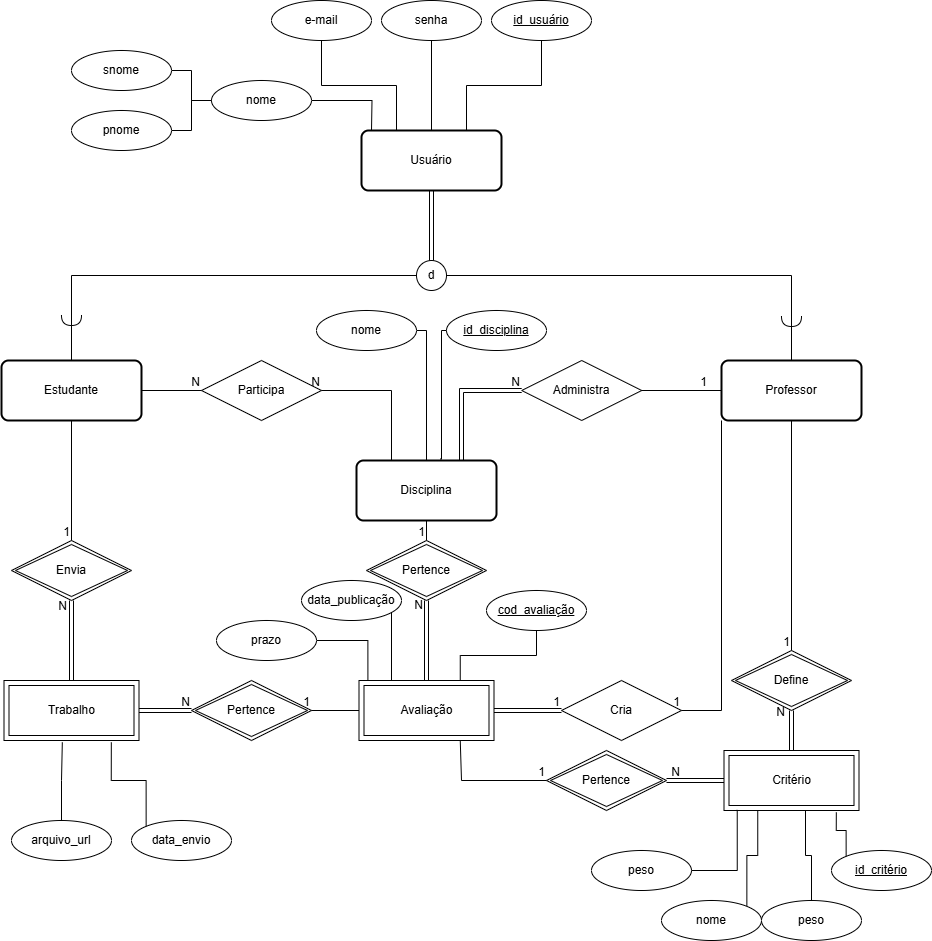
Earlier version of the draw.io export docs/Trabalho de BDI - Modelo Entidade-Relacionamento Definitivo.png (GuilhermePossari/BD1---Avaliador-de-Trabalhos-). Source tidied: cells renumbered, new cells last; positions are measured from the earlier drawing's top-left corner, leaving out a move shared by most shapes.
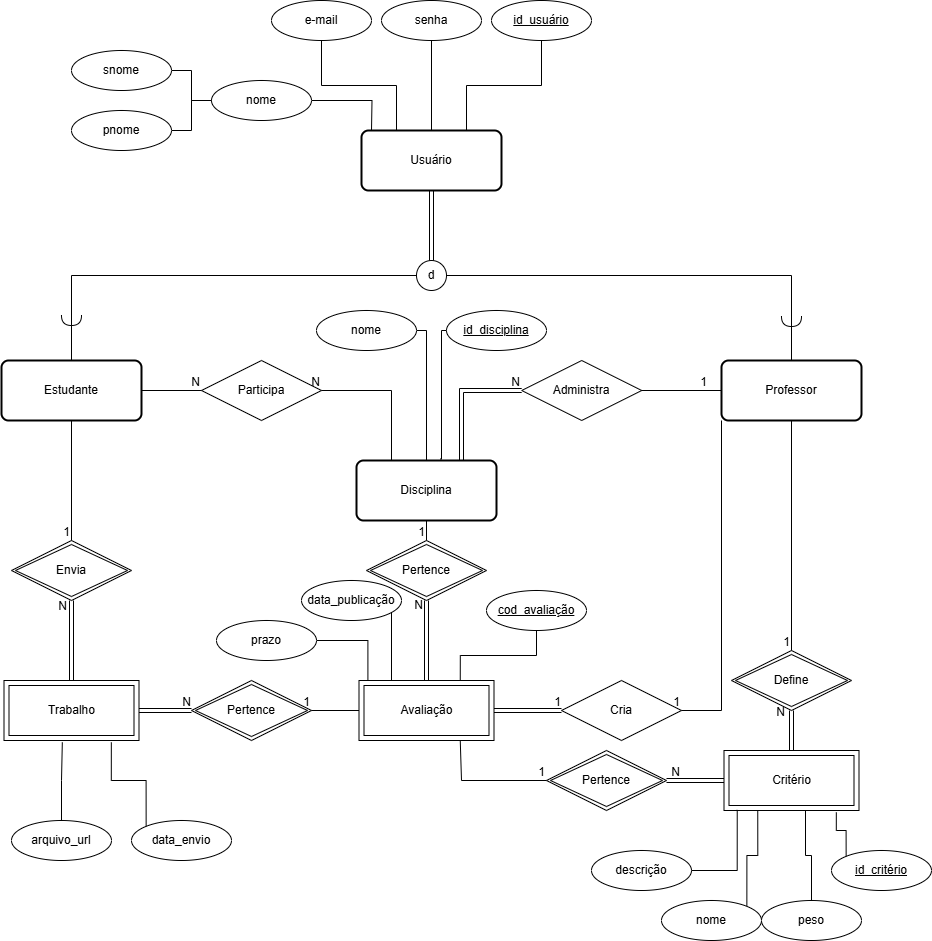
Above is the later version.

Commit message:
Inserindo o Modelo Entidade-Relacionamento definitivo

What changed in the source:
```diff
@@ -221,7 +221,7 @@
     <mxCell id="61" value="id_critério" style="ellipse;whiteSpace=wrap;html=1;align=center;fontStyle=4;" parent="1" vertex="1">
       <mxGeometry x="830" y="850" width="100" height="40" as="geometry" />
     </mxCell>
-    <mxCell id="62" value="peso" style="ellipse;whiteSpace=wrap;html=1;align=center;fontStyle=0;" parent="1" vertex="1">
+    <mxCell id="62" value="descrição" style="ellipse;whiteSpace=wrap;html=1;align=center;fontStyle=0;" parent="1" vertex="1">
       <mxGeometry x="590" y="850" width="100" height="40" as="geometry" />
     </mxCell>
     <mxCell id="63" style="edgeStyle=orthogonalEdgeStyle;rounded=0;jettySize=auto;html=1;exitX=1;exitY=0;exitDx=0;exitDy=0;entryX=0.25;entryY=1;entryDx=0;entryDy=0;endArrow=none;startFill=0;" parent="1" edge="1" source="64" target="50">
```
